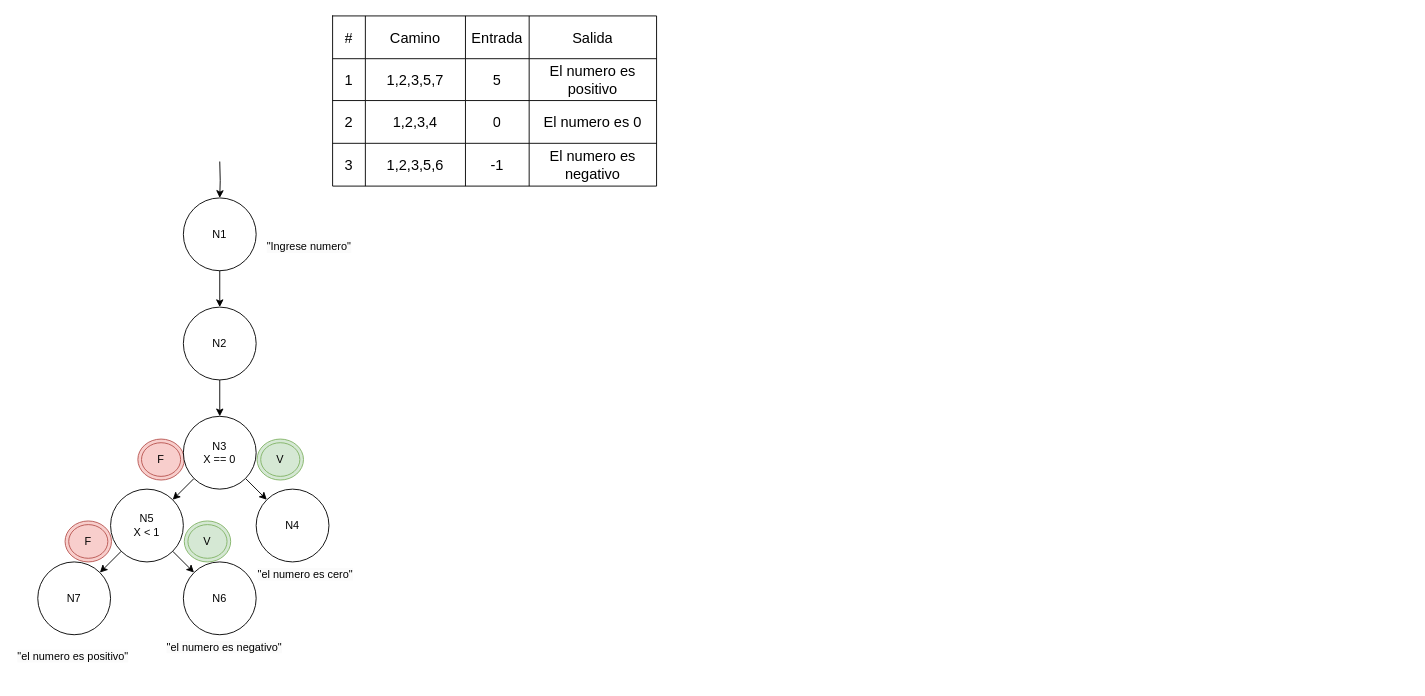
The draw.io diagram page "Caminos" (4 of 5) of Grafos_TP4_MII.drawio in JEOrellano/draw.io_TP4_G12_MII_TUSI, before the edit. Source tidied: cells renumbered, new cells numbered last; positions are measured from the earlier drawing's top-left corner, leaving out a move shared by most shapes. Both pictures are drawn from the tidied source at 91%, with x=0, y=0 at pixel (15, 15).
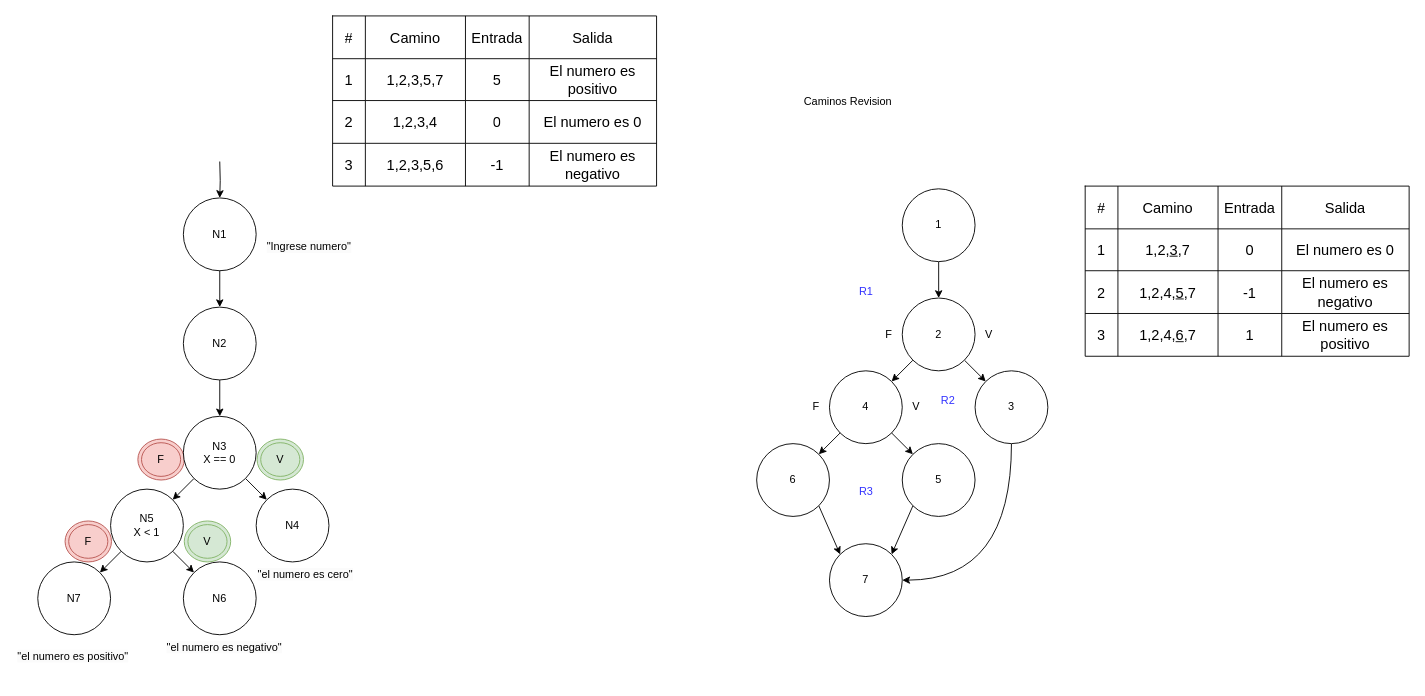
The same diagram, later.

Change to the diagram source:
```diff
@@
+    <mxCell id="45" style="rounded=0;jettySize=auto;html=1;entryX=0;entryY=0;entryDx=0;entryDy=0;exitX=1;exitY=1;exitDx=0;exitDy=0;" parent="1" edge="1" source="52" target="51">
+      <mxGeometry relative="1" as="geometry" />
+    </mxCell>
+    <mxCell id="46" style="edgeStyle=orthogonalEdgeStyle;rounded=0;jettySize=auto;html=1;exitX=0.5;exitY=1;exitDx=0;exitDy=0;entryX=0.5;entryY=0;entryDx=0;entryDy=0;" parent="1" edge="1" source="47" target="52">
+      <mxGeometry relative="1" as="geometry" />
+    </mxCell>
+    <mxCell id="47" value="1" style="ellipse;whiteSpace=wrap;html=1;" parent="1" vertex="1">
+      <mxGeometry x="974" y="190" width="80" height="80" as="geometry" />
+    </mxCell>
+    <mxCell id="48" style="rounded=0;jettySize=auto;html=1;entryX=1;entryY=0;entryDx=0;entryDy=0;exitX=0;exitY=1;exitDx=0;exitDy=0;" parent="1" edge="1" source="52" target="49">
+      <mxGeometry relative="1" as="geometry" />
+    </mxCell>
+    <mxCell id="49" value="4" style="ellipse;whiteSpace=wrap;html=1;" parent="1" vertex="1">
+      <mxGeometry x="894" y="390" width="80" height="80" as="geometry" />
+    </mxCell>
+    <mxCell id="50" style="edgeStyle=orthogonalEdgeStyle;rounded=0;jettySize=auto;html=1;exitX=0.5;exitY=1;exitDx=0;exitDy=0;entryX=1;entryY=0.5;entryDx=0;entryDy=0;elbow=vertical;curved=1;" parent="1" edge="1" source="51" target="59">
+      <mxGeometry relative="1" as="geometry" />
+    </mxCell>
+    <mxCell id="51" value="3" style="ellipse;whiteSpace=wrap;html=1;" parent="1" vertex="1">
+      <mxGeometry x="1054" y="390" width="80" height="80" as="geometry" />
+    </mxCell>
+    <mxCell id="52" value="2" style="ellipse;whiteSpace=wrap;html=1;" parent="1" vertex="1">
+      <mxGeometry x="974" y="310" width="80" height="80" as="geometry" />
+    </mxCell>
+    <mxCell id="53" style="rounded=0;jettySize=auto;html=1;entryX=1;entryY=0;entryDx=0;entryDy=0;exitX=0;exitY=1;exitDx=0;exitDy=0;" parent="1" edge="1" source="49" target="55">
+      <mxGeometry relative="1" as="geometry" />
+    </mxCell>
+    <mxCell id="54" style="rounded=0;jettySize=auto;html=1;exitX=1;exitY=1;exitDx=0;exitDy=0;entryX=0;entryY=0;entryDx=0;entryDy=0;" parent="1" edge="1" source="55" target="59">
+      <mxGeometry relative="1" as="geometry" />
+    </mxCell>
+    <mxCell id="55" value="6" style="ellipse;whiteSpace=wrap;html=1;" parent="1" vertex="1">
+      <mxGeometry x="814" y="470" width="80" height="80" as="geometry" />
+    </mxCell>
+    <mxCell id="56" style="rounded=0;jettySize=auto;html=1;entryX=0;entryY=0;entryDx=0;entryDy=0;exitX=1;exitY=1;exitDx=0;exitDy=0;" parent="1" edge="1" source="49" target="58">
+      <mxGeometry relative="1" as="geometry" />
+    </mxCell>
+    <mxCell id="57" style="rounded=0;jettySize=auto;html=1;exitX=0;exitY=1;exitDx=0;exitDy=0;entryX=1;entryY=0;entryDx=0;entryDy=0;" parent="1" edge="1" source="58" target="59">
+      <mxGeometry relative="1" as="geometry" />
+    </mxCell>
+    <mxCell id="58" value="5" style="ellipse;whiteSpace=wrap;html=1;" parent="1" vertex="1">
+      <mxGeometry x="974" y="470" width="80" height="80" as="geometry" />
+    </mxCell>
+    <mxCell id="59" value="7" style="ellipse;whiteSpace=wrap;html=1;" parent="1" vertex="1">
+      <mxGeometry x="894" y="580" width="80" height="80" as="geometry" />
+    </mxCell>
+    <mxCell id="60" value="&lt;font color=&quot;#3333ff&quot;&gt;R1&lt;/font&gt;" style="text;html=1;align=center;verticalAlign=middle;strokeColor=none;fillColor=none;" parent="1" vertex="1">
+      <mxGeometry x="914" y="288" width="40" height="30" as="geometry" />
+    </mxCell>
+    <mxCell id="61" value="&lt;font color=&quot;#3333ff&quot;&gt;R2&lt;/font&gt;" style="text;html=1;align=center;verticalAlign=middle;strokeColor=none;fillColor=none;" parent="1" vertex="1">
+      <mxGeometry x="1004" y="408" width="40" height="30" as="geometry" />
+    </mxCell>
+    <mxCell id="62" value="&lt;font color=&quot;#3333ff&quot;&gt;R3&lt;/font&gt;" style="text;html=1;align=center;verticalAlign=middle;strokeColor=none;fillColor=none;" parent="1" vertex="1">
+      <mxGeometry x="914" y="508" width="40" height="30" as="geometry" />
+    </mxCell>
+    <mxCell id="63" value="Caminos Revision" style="text;html=1;align=center;verticalAlign=middle;strokeColor=none;fillColor=none;" parent="1" vertex="1">
+      <mxGeometry x="854" y="78.5" width="120" height="30" as="geometry" />
+    </mxCell>
+    <mxCell id="64" style="shape=table;startSize=0;childLayout=tableLayout;fontSize=16;" parent="1" vertex="1">
+      <mxGeometry x="1175" y="187" width="356" height="187" as="geometry" />
+    </mxCell>
+    <mxCell id="65" style="shape=tableRow;horizontal=0;startSize=0;swimlaneHead=0;swimlaneBody=0;strokeColor=inherit;top=0;left=0;bottom=0;right=0;fillColor=none;fontSize=16;" parent="64" vertex="1">
+      <mxGeometry width="356" height="47" as="geometry" />
+    </mxCell>
+    <mxCell id="66" value="#" style="shape=partialRectangle;html=1;whiteSpace=wrap;strokeColor=inherit;overflow=hidden;fillColor=none;top=0;left=0;bottom=0;right=0;fontSize=16;" parent="65" vertex="1">
+      <mxGeometry width="36" height="47" as="geometry" />
+    </mxCell>
+    <mxCell id="67" value="Camino" style="shape=partialRectangle;html=1;whiteSpace=wrap;strokeColor=inherit;overflow=hidden;fillColor=none;top=0;left=0;bottom=0;right=0;fontSize=16;" parent="65" vertex="1">
+      <mxGeometry x="36" width="110" height="47" as="geometry" />
+    </mxCell>
+    <mxCell id="68" value="Entrada" style="shape=partialRectangle;html=1;whiteSpace=wrap;strokeColor=inherit;overflow=hidden;fillColor=none;top=0;left=0;bottom=0;right=0;fontSize=16;" parent="65" vertex="1">
+      <mxGeometry x="146" width="70" height="47" as="geometry" />
+    </mxCell>
+    <mxCell id="69" value="Salida" style="shape=partialRectangle;html=1;whiteSpace=wrap;strokeColor=inherit;overflow=hidden;fillColor=none;top=0;left=0;bottom=0;right=0;fontSize=16;" parent="65" vertex="1">
+      <mxGeometry x="216" width="140" height="47" as="geometry" />
+    </mxCell>
+    <mxCell id="70" style="shape=tableRow;horizontal=0;startSize=0;swimlaneHead=0;swimlaneBody=0;strokeColor=inherit;top=0;left=0;bottom=0;right=0;fillColor=none;fontSize=16;" parent="64" vertex="1">
+      <mxGeometry y="47" width="356" height="46" as="geometry" />
+    </mxCell>
+    <mxCell id="71" value="1" style="shape=partialRectangle;html=1;whiteSpace=wrap;strokeColor=inherit;overflow=hidden;fillColor=none;top=0;left=0;bottom=0;right=0;fontSize=16;" parent="70" vertex="1">
+      <mxGeometry width="36" height="46" as="geometry" />
+    </mxCell>
+    <mxCell id="72" value="1,2,&lt;u&gt;3&lt;/u&gt;,7" style="shape=partialRectangle;html=1;whiteSpace=wrap;strokeColor=inherit;overflow=hidden;fillColor=none;top=0;left=0;bottom=0;right=0;fontSize=16;" parent="70" vertex="1">
+      <mxGeometry x="36" width="110" height="46" as="geometry" />
+    </mxCell>
+    <mxCell id="73" value="0" style="shape=partialRectangle;html=1;whiteSpace=wrap;strokeColor=inherit;overflow=hidden;fillColor=none;top=0;left=0;bottom=0;right=0;fontSize=16;" parent="70" vertex="1">
+      <mxGeometry x="146" width="70" height="46" as="geometry" />
+    </mxCell>
+    <mxCell id="74" value="El numero es 0" style="shape=partialRectangle;html=1;whiteSpace=wrap;strokeColor=inherit;overflow=hidden;fillColor=none;top=0;left=0;bottom=0;right=0;fontSize=16;" parent="70" vertex="1">
+      <mxGeometry x="216" width="140" height="46" as="geometry" />
+    </mxCell>
+    <mxCell id="75" style="shape=tableRow;horizontal=0;startSize=0;swimlaneHead=0;swimlaneBody=0;strokeColor=inherit;top=0;left=0;bottom=0;right=0;fillColor=none;fontSize=16;" parent="64" vertex="1">
+      <mxGeometry y="93" width="356" height="47" as="geometry" />
+    </mxCell>
+    <mxCell id="76" value="2" style="shape=partialRectangle;html=1;whiteSpace=wrap;strokeColor=inherit;overflow=hidden;fillColor=none;top=0;left=0;bottom=0;right=0;fontSize=16;" parent="75" vertex="1">
+      <mxGeometry width="36" height="47" as="geometry" />
+    </mxCell>
+    <mxCell id="77" value="1,2,4,&lt;u&gt;5&lt;/u&gt;,7" style="shape=partialRectangle;html=1;whiteSpace=wrap;strokeColor=inherit;overflow=hidden;fillColor=none;top=0;left=0;bottom=0;right=0;fontSize=16;" parent="75" vertex="1">
+      <mxGeometry x="36" width="110" height="47" as="geometry" />
+    </mxCell>
+    <mxCell id="78" value="-1" style="shape=partialRectangle;html=1;whiteSpace=wrap;strokeColor=inherit;overflow=hidden;fillColor=none;top=0;left=0;bottom=0;right=0;fontSize=16;" parent="75" vertex="1">
+      <mxGeometry x="146" width="70" height="47" as="geometry" />
+    </mxCell>
+    <mxCell id="79" value="El numero es negativo" style="shape=partialRectangle;html=1;whiteSpace=wrap;strokeColor=inherit;overflow=hidden;fillColor=none;top=0;left=0;bottom=0;right=0;fontSize=16;" parent="75" vertex="1">
+      <mxGeometry x="216" width="140" height="47" as="geometry" />
+    </mxCell>
+    <mxCell id="80" style="shape=tableRow;horizontal=0;startSize=0;swimlaneHead=0;swimlaneBody=0;strokeColor=inherit;top=0;left=0;bottom=0;right=0;fillColor=none;fontSize=16;" parent="64" vertex="1">
+      <mxGeometry y="140" width="356" height="47" as="geometry" />
+    </mxCell>
+    <mxCell id="81" value="3" style="shape=partialRectangle;html=1;whiteSpace=wrap;strokeColor=inherit;overflow=hidden;fillColor=none;top=0;left=0;bottom=0;right=0;fontSize=16;" parent="80" vertex="1">
+      <mxGeometry width="36" height="47" as="geometry" />
+    </mxCell>
+    <mxCell id="82" value="1,2,4,&lt;u&gt;6&lt;/u&gt;,7" style="shape=partialRectangle;html=1;whiteSpace=wrap;strokeColor=inherit;overflow=hidden;fillColor=none;top=0;left=0;bottom=0;right=0;fontSize=16;" parent="80" vertex="1">
+      <mxGeometry x="36" width="110" height="47" as="geometry" />
+    </mxCell>
+    <mxCell id="83" value="1" style="shape=partialRectangle;html=1;whiteSpace=wrap;strokeColor=inherit;overflow=hidden;fillColor=none;top=0;left=0;bottom=0;right=0;fontSize=16;" parent="80" vertex="1">
+      <mxGeometry x="146" width="70" height="47" as="geometry" />
+    </mxCell>
+    <mxCell id="84" value="El numero es positivo" style="shape=partialRectangle;html=1;whiteSpace=wrap;strokeColor=inherit;overflow=hidden;fillColor=none;top=0;left=0;bottom=0;right=0;fontSize=16;" parent="80" vertex="1">
+      <mxGeometry x="216" width="140" height="47" as="geometry" />
+    </mxCell>
+    <mxCell id="85" value="V" style="text;html=1;align=center;verticalAlign=middle;strokeColor=none;fillColor=none;" parent="1" vertex="1">
+      <mxGeometry x="1054" y="335" width="30" height="30" as="geometry" />
+    </mxCell>
+    <mxCell id="86" value="F" style="text;html=1;align=center;verticalAlign=middle;strokeColor=none;fillColor=none;" parent="1" vertex="1">
+      <mxGeometry x="944" y="335" width="30" height="30" as="geometry" />
+    </mxCell>
+    <mxCell id="87" value="V" style="text;html=1;align=center;verticalAlign=middle;strokeColor=none;fillColor=none;" parent="1" vertex="1">
+      <mxGeometry x="974" y="415" width="30" height="30" as="geometry" />
+    </mxCell>
+    <mxCell id="88" value="F" style="text;html=1;align=center;verticalAlign=middle;strokeColor=none;fillColor=none;" parent="1" vertex="1">
+      <mxGeometry x="864" y="415" width="30" height="30" as="geometry" />
+    </mxCell>
```
